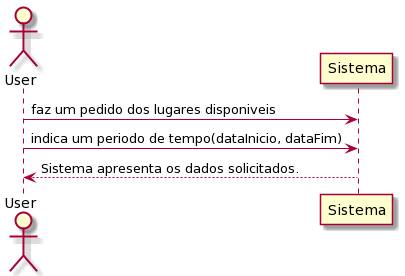
This is Documentos/API Public Park/UC 2/UC2.png from UPskillDOTNET/SapienSoft, a PlantUML export, as it was before one commit.
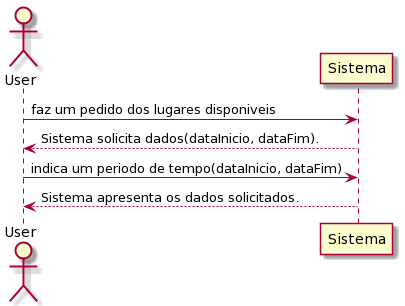
Later version of the same file.

Change to the diagram source:
```diff
@@ -1,6 +1,7 @@
 @startuml
 actor User
 User -> Sistema: faz um pedido dos lugares disponiveis
+Sistema--> User: Sistema solicita dados(dataInicio, dataFim).
 User -> Sistema: indica um periodo de tempo(dataInicio, dataFim)
 Sistema--> User: Sistema apresenta os dados solicitados.
 @enduml
```
